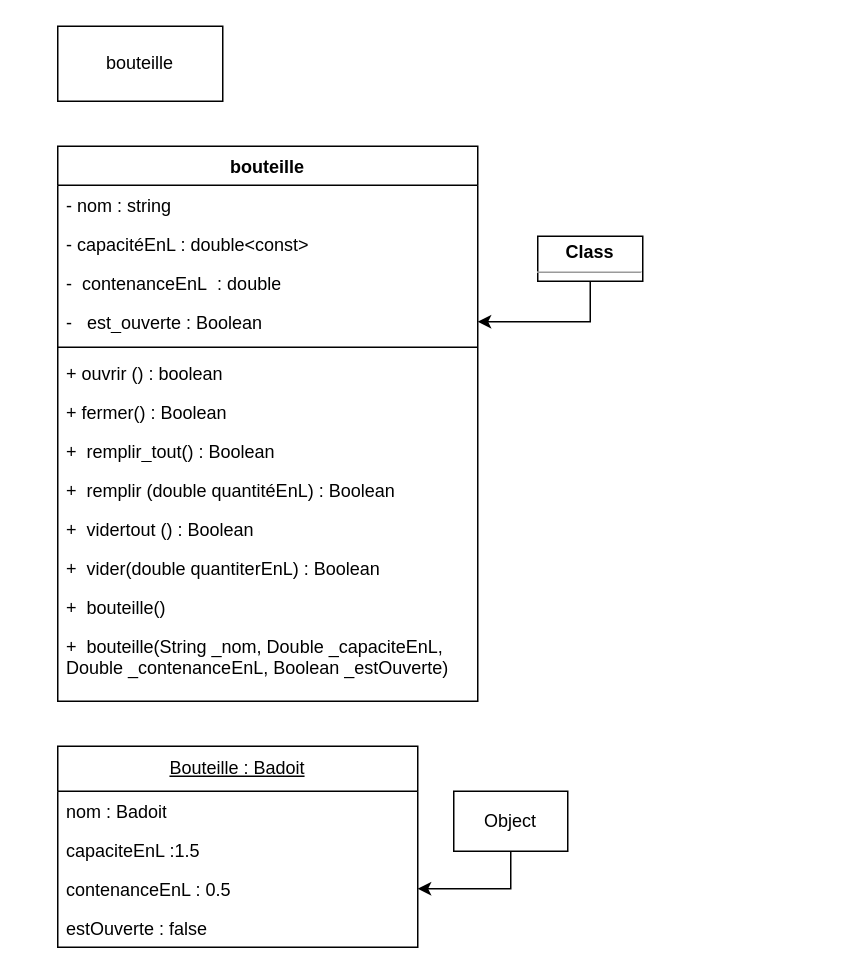
Earlier version of the draw.io diagram Algo/Pseudo_code/diagramme/Diagramme la bouteille .drawio (lores42/ABCDEV_2310). Source tidied: cells renumbered, new cells numbered last; positions are measured from the earlier drawing's top-left corner, leaving out a move shared by most shapes. Both pictures are drawn from the tidied source at 150%, with x=0, y=0 at pixel (57, 26).
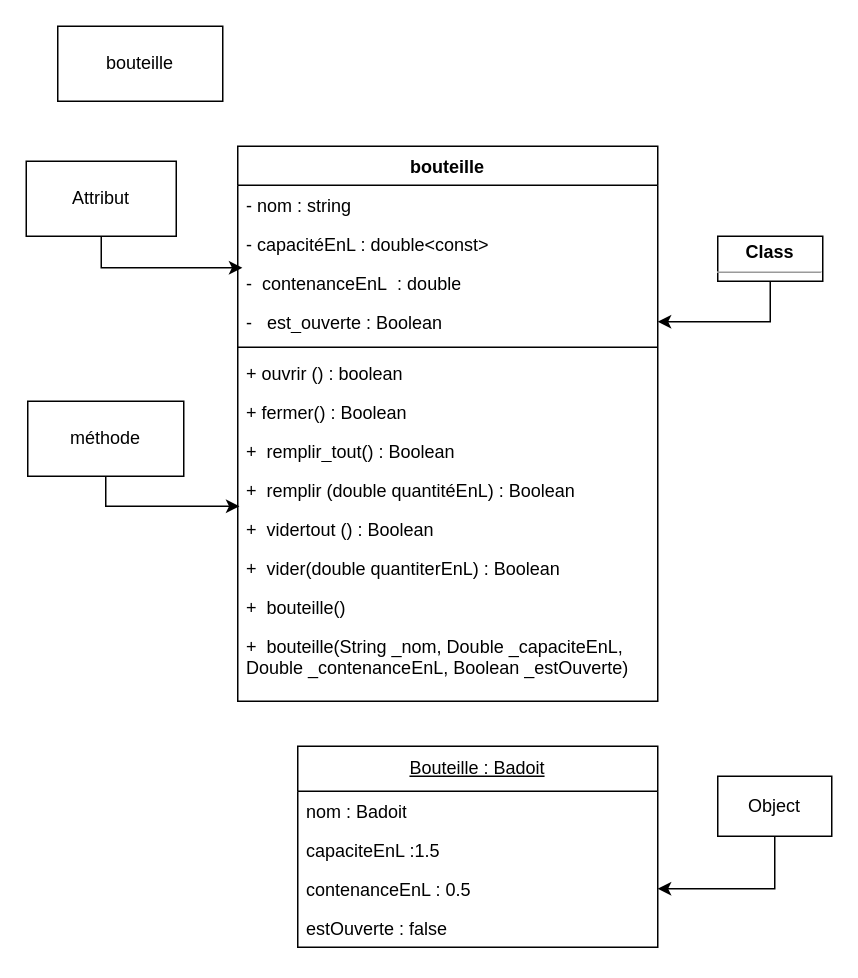
The same diagram, later.

Unchanged cells that the change refers to:
```xml
<mxCell id="6" value="-&amp;nbsp; contenanceEnL&amp;nbsp; : double" style="text;strokeColor=none;fillColor=none;align=left;verticalAlign=top;spacingLeft=4;spacingRight=4;overflow=hidden;points=[[0,0.5],[1,0.5]];portConstraint=eastwest;whiteSpace=wrap;html=1;" parent="3" vertex="1">
  <mxGeometry y="78" width="280" height="26" as="geometry" />
</mxCell>
<mxCell id="12" value="+&amp;nbsp; remplir (double quantitéEnL) : Boolean" style="text;strokeColor=none;fillColor=none;align=left;verticalAlign=top;spacingLeft=4;spacingRight=4;overflow=hidden;points=[[0,0.5],[1,0.5]];portConstraint=eastwest;whiteSpace=wrap;html=1;" parent="3" vertex="1">
  <mxGeometry y="216" width="280" height="26" as="geometry" />
</mxCell>
```

What changed in the source:
```diff
@@
     <mxCell id="3" value="bouteille" style="swimlane;fontStyle=1;align=center;verticalAlign=top;horizontal=1;startSize=26;whiteSpace=wrap;html=1;" parent="1" vertex="1">
-      <mxGeometry y="80" width="280" height="370" as="geometry" />
+      <mxGeometry x="120" y="80" width="280" height="370" as="geometry" />
     </mxCell>
@@
     <mxCell id="17" value="&lt;u&gt;Bouteille : Badoit&lt;/u&gt;" style="swimlane;fontStyle=0;horizontal=1;startSize=30;fillColor=none;whiteSpace=wrap;html=1;" parent="1" vertex="1">
-      <mxGeometry y="480" width="240" height="134" as="geometry" />
+      <mxGeometry x="160" y="480" width="240" height="134" as="geometry" />
     </mxCell>
@@
     <mxCell id="23" value="&lt;p style=&quot;margin:0px;margin-top:4px;text-align:center;&quot;&gt;&lt;b&gt;Class&lt;/b&gt;&lt;/p&gt;&lt;hr size=&quot;1&quot;/&gt;&lt;div style=&quot;height:2px;&quot;&gt;&lt;/div&gt;&lt;hr size=&quot;1&quot;/&gt;&lt;div style=&quot;height:2px;&quot;&gt;&lt;/div&gt;" style="verticalAlign=top;align=left;overflow=fill;fontSize=12;fontFamily=Helvetica;html=1;whiteSpace=wrap;" parent="1" vertex="1">
-      <mxGeometry x="320" y="140" width="70" height="30" as="geometry" />
+      <mxGeometry x="440" y="140" width="70" height="30" as="geometry" />
     </mxCell>
@@
     <mxCell id="25" value="Object" style="html=1;whiteSpace=wrap;" parent="1" vertex="1">
-      <mxGeometry x="264" y="510" width="76" height="40" as="geometry" />
+      <mxGeometry x="440" y="500" width="76" height="40" as="geometry" />
     </mxCell>
+    <mxCell id="26" value="Attribut" style="html=1;whiteSpace=wrap;" parent="1" vertex="1">
+      <mxGeometry x="-21" y="90" width="100" height="50" as="geometry" />
+    </mxCell>
+    <mxCell id="27" style="edgeStyle=orthogonalEdgeStyle;rounded=0;jettySize=auto;html=1;exitX=0.5;exitY=1;exitDx=0;exitDy=0;entryX=0.011;entryY=0.115;entryDx=0;entryDy=0;entryPerimeter=0;" parent="1" edge="1" source="26" target="6">
+      <mxGeometry relative="1" as="geometry" />
+    </mxCell>
+    <mxCell id="28" value="méthode" style="html=1;whiteSpace=wrap;" parent="1" vertex="1">
+      <mxGeometry x="-20" y="250" width="104" height="50" as="geometry" />
+    </mxCell>
+    <mxCell id="29" style="edgeStyle=orthogonalEdgeStyle;rounded=0;jettySize=auto;html=1;exitX=0.5;exitY=1;exitDx=0;exitDy=0;entryX=0.004;entryY=0.923;entryDx=0;entryDy=0;entryPerimeter=0;" parent="1" edge="1" source="28" target="12">
+      <mxGeometry relative="1" as="geometry" />
+    </mxCell>
```
